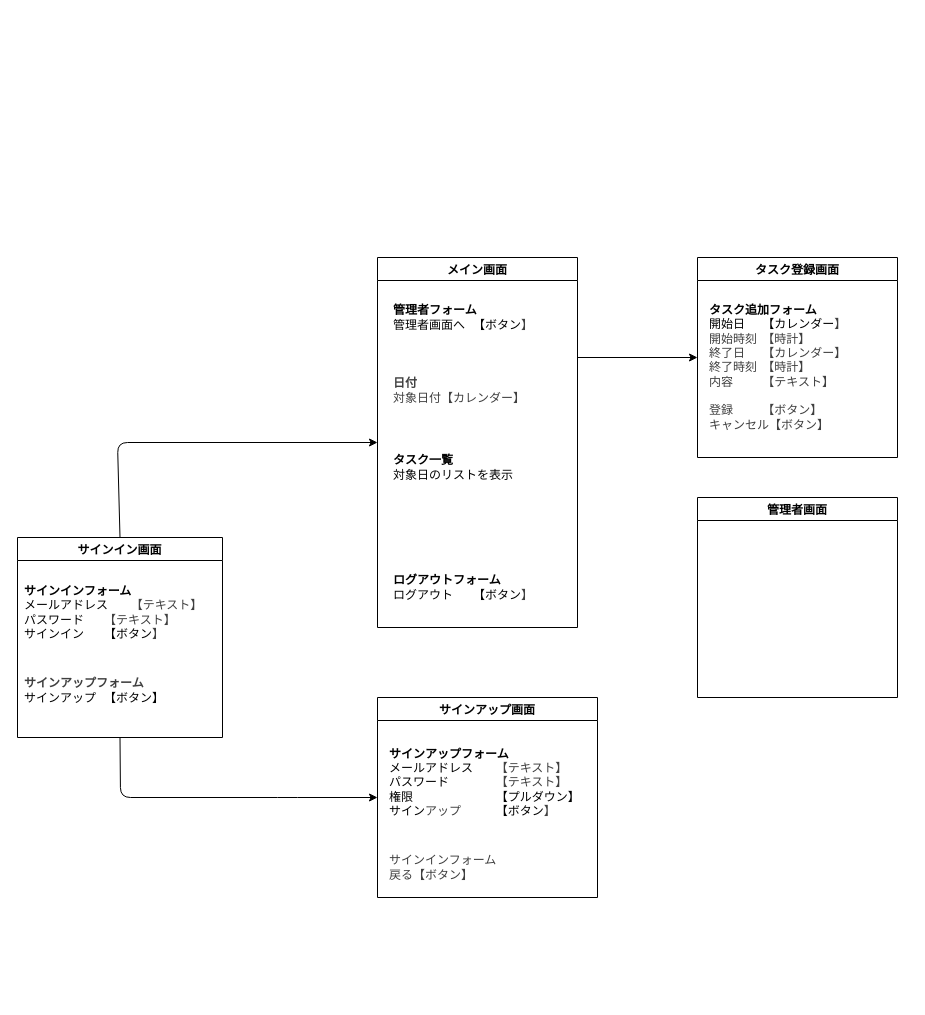
kamiya-daiki/SpringBoot4-Portfolio keeps this draw.io diagram as doc/画面遷移図.drawio. Above is the earlier version. Source tidied: cells renumbered, new cells numbered last; positions are measured from the earlier drawing's top-left corner, leaving out a move shared by most shapes. Both pictures are drawn from the tidied source at 100%, with x=0, y=0 at pixel (17, 257).
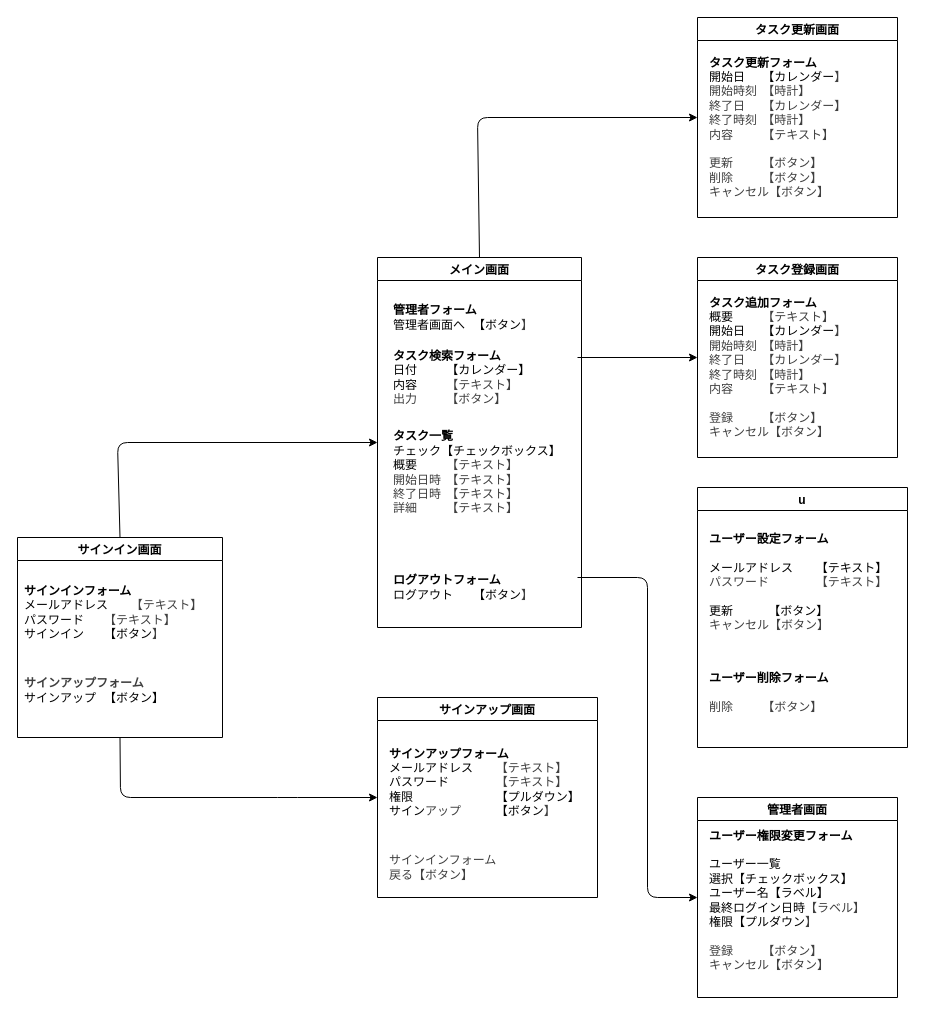
The same diagram, later.

Unchanged cells that the change refers to:
```xml
<mxCell id="16" value="タスク登録画面" style="swimlane;startSize=23;" parent="1" vertex="1">
  <mxGeometry x="680" width="200" height="200" as="geometry" />
</mxCell>
```

What changed in the source:
```diff
@@
     <mxCell id="6" value="メイン画面" style="swimlane;startSize=23;" parent="1" vertex="1">
-      <mxGeometry x="360" width="200" height="370" as="geometry" />
+      <mxGeometry x="360" width="204" height="370" as="geometry" />
     </mxCell>
@@
-    <mxCell id="9" value="&lt;div&gt;&lt;b&gt;タスク一覧&lt;/b&gt;&lt;/div&gt;&lt;div&gt;対象日のリストを表示&lt;/div&gt;" style="text;html=1;align=left;verticalAlign=middle;strokeColor=none;fillColor=none;" parent="6" vertex="1">
-      <mxGeometry x="14" y="190" width="140" height="40" as="geometry" />
+    <mxCell id="9" value="&lt;div&gt;&lt;b&gt;タスク検索フォーム&lt;/b&gt;&lt;/div&gt;&lt;div&gt;日付&lt;span style=&quot;white-space: pre;&quot;&gt;&#9;&lt;/span&gt;&lt;span style=&quot;white-space: pre;&quot;&gt;&#9;&lt;/span&gt;【カレンダー】&lt;/div&gt;&lt;div&gt;内容&lt;span style=&quot;background-color: transparent; white-space-collapse: preserve; color: rgb(63, 63, 63); scrollbar-color: rgb(226, 226, 226) rgb(251, 251, 251);&quot;&gt;&#9;&lt;/span&gt;&lt;span style=&quot;background-color: transparent; white-space-collapse: preserve; color: rgb(63, 63, 63); scrollbar-color: rgb(226, 226, 226) rgb(251, 251, 251);&quot;&gt;&#9;&lt;/span&gt;&lt;span style=&quot;background-color: transparent; color: rgb(63, 63, 63);&quot;&gt;【テキスト】&lt;/span&gt;&lt;/div&gt;&lt;div&gt;&lt;span style=&quot;background-color: transparent; color: rgb(63, 63, 63);&quot;&gt;出力&lt;span style=&quot;white-space: pre;&quot;&gt;&#9;&lt;/span&gt;&lt;span style=&quot;white-space: pre;&quot;&gt;&#9;&lt;/span&gt;【ボタン】&lt;/span&gt;&lt;/div&gt;" style="text;html=1;align=left;verticalAlign=middle;strokeColor=none;fillColor=none;" parent="6" vertex="1">
+      <mxGeometry x="14" y="85" width="160" height="70" as="geometry" />
     </mxCell>
-    <mxCell id="10" value="&lt;div style=&quot;color: rgb(63, 63, 63); scrollbar-color: rgb(226, 226, 226) rgb(251, 251, 251);&quot;&gt;&lt;b style=&quot;color: rgb(63, 63, 63); scrollbar-color: rgb(226, 226, 226) rgb(251, 251, 251);&quot;&gt;日付&lt;/b&gt;&lt;/div&gt;&lt;div style=&quot;color: rgb(63, 63, 63); scrollbar-color: rgb(226, 226, 226) rgb(251, 251, 251);&quot;&gt;対象日付【カレンダー】&lt;/div&gt;" style="text;html=1;align=left;verticalAlign=middle;strokeColor=none;fillColor=none;" parent="6" vertex="1">
-      <mxGeometry x="14" y="113" width="160" height="40" as="geometry" />
-    </mxCell>
+    <mxCell id="19" value="&lt;div&gt;&lt;b&gt;タスク一覧&lt;/b&gt;&lt;/div&gt;&lt;div&gt;チェック【チェックボックス】&lt;/div&gt;&lt;div&gt;概要&lt;span style=&quot;background-color: transparent; white-space-collapse: preserve; color: rgb(63, 63, 63); scrollbar-color: rgb(226, 226, 226) rgb(251, 251, 251);&quot;&gt;&#9;&lt;/span&gt;&lt;span style=&quot;background-color: transparent; white-space-collapse: preserve; color: rgb(63, 63, 63); scrollbar-color: rgb(226, 226, 226) rgb(251, 251, 251);&quot;&gt;&#9;&lt;/span&gt;&lt;span style=&quot;background-color: transparent; color: rgb(63, 63, 63);&quot;&gt;【テキスト】&lt;/span&gt;&lt;/div&gt;&lt;div&gt;&lt;span style=&quot;background-color: transparent; color: rgb(63, 63, 63);&quot;&gt;開始日時&lt;span style=&quot;white-space: pre;&quot;&gt;&#9;&lt;/span&gt;&lt;/span&gt;&lt;span style=&quot;color: rgb(63, 63, 63); background-color: transparent;&quot;&gt;【テキスト】&lt;/span&gt;&lt;/div&gt;&lt;div&gt;&lt;span style=&quot;scrollbar-color: rgb(226, 226, 226) rgb(251, 251, 251); background-color: transparent; color: rgb(63, 63, 63);&quot;&gt;終了日時&lt;span style=&quot;white-space: pre;&quot;&gt;&#9;&lt;/span&gt;&lt;/span&gt;&lt;span style=&quot;color: rgb(63, 63, 63); scrollbar-color: rgb(226, 226, 226) rgb(251, 251, 251); background-color: transparent;&quot;&gt;【テキスト】&lt;/span&gt;&lt;span style=&quot;color: rgb(63, 63, 63); background-color: transparent;&quot;&gt;&lt;/span&gt;&lt;/div&gt;&lt;div&gt;&lt;span style=&quot;background-color: transparent; color: rgb(63, 63, 63);&quot;&gt;詳細&lt;span style=&quot;scrollbar-color: rgb(226, 226, 226) rgb(251, 251, 251); white-space-collapse: preserve; background-color: transparent; color: rgb(63, 63, 63);&quot;&gt;&#9;&lt;/span&gt;&lt;span style=&quot;scrollbar-color: rgb(226, 226, 226) rgb(251, 251, 251); white-space-collapse: preserve; background-color: transparent; color: rgb(63, 63, 63);&quot;&gt;&#9;&lt;/span&gt;&lt;span style=&quot;scrollbar-color: rgb(226, 226, 226) rgb(251, 251, 251); background-color: transparent; color: rgb(63, 63, 63);&quot;&gt;【テキスト】&lt;/span&gt;&lt;/span&gt;&lt;/div&gt;" style="text;html=1;align=left;verticalAlign=middle;strokeColor=none;fillColor=none;" parent="6" vertex="1">
+      <mxGeometry x="14" y="165" width="190" height="100" as="geometry" />
+    </mxCell>
@@
     <mxCell id="15" value="管理者画面" style="swimlane;startSize=23;" parent="1" vertex="1">
-      <mxGeometry x="680" y="240" width="200" height="200" as="geometry" />
+      <mxGeometry x="680" y="540" width="200" height="200" as="geometry" />
     </mxCell>
+    <mxCell id="20" value="&lt;div&gt;&lt;font&gt;&lt;b&gt;ユーザー権限変更フォーム&lt;/b&gt;&lt;/font&gt;&lt;/div&gt;&lt;div&gt;&lt;b&gt;&lt;font style=&quot;&quot;&gt;&lt;br&gt;&lt;/font&gt;&lt;/b&gt;&lt;/div&gt;&lt;div&gt;&lt;font style=&quot;&quot;&gt;ユーザー一覧&lt;/font&gt;&lt;/div&gt;&lt;div&gt;&lt;font style=&quot;&quot;&gt;選択【チェックボックス】&lt;/font&gt;&lt;/div&gt;&lt;div&gt;&lt;font style=&quot;&quot;&gt;ユーザー名【ラベル】&lt;/font&gt;&lt;/div&gt;&lt;div&gt;&lt;font style=&quot;&quot;&gt;最終ログイン日時&lt;/font&gt;&lt;span style=&quot;color: rgb(63, 63, 63); background-color: transparent;&quot;&gt;【ラベル】&lt;/span&gt;&lt;/div&gt;&lt;div&gt;&lt;font style=&quot;&quot;&gt;権限【プルダウン&lt;/font&gt;&lt;span style=&quot;color: rgb(63, 63, 63); background-color: transparent;&quot;&gt;】&lt;/span&gt;&lt;/div&gt;&lt;div&gt;&lt;br&gt;&lt;/div&gt;&lt;div&gt;&lt;font&gt;&lt;span style=&quot;color: rgb(63, 63, 63); background-color: transparent;&quot;&gt;登録&lt;span style=&quot;white-space: pre;&quot;&gt;&#9;&lt;/span&gt;&lt;span style=&quot;white-space: pre;&quot;&gt;&#9;&lt;/span&gt;【ボタン】&lt;/span&gt;&lt;/font&gt;&lt;/div&gt;&lt;div&gt;&lt;font&gt;&lt;span style=&quot;color: rgb(63, 63, 63); background-color: transparent;&quot;&gt;キャンセル&lt;span style=&quot;color: rgb(63, 63, 63);&quot;&gt;【ボタン】&lt;/span&gt;&lt;/span&gt;&lt;/font&gt;&lt;/div&gt;" style="text;html=1;align=left;verticalAlign=middle;strokeColor=none;fillColor=none;" parent="15" vertex="1">
+      <mxGeometry x="10" y="23" width="180" height="160" as="geometry" />
+    </mxCell>
@@
-    <mxCell id="17" value="&lt;div&gt;&lt;font&gt;&lt;b&gt;タスク追加フォーム&lt;/b&gt;&lt;/font&gt;&lt;/div&gt;&lt;div&gt;&lt;font&gt;開始日&lt;span style=&quot;white-space: pre;&quot;&gt;&#9;&lt;/span&gt;【カレンダー&lt;span style=&quot;color: rgb(63, 63, 63); background-color: transparent;&quot;&gt;】&lt;/span&gt;&lt;/font&gt;&lt;/div&gt;&lt;div&gt;&lt;font&gt;&lt;span style=&quot;color: rgb(63, 63, 63); background-color: transparent;&quot;&gt;&lt;span style=&quot;color: rgb(63, 63, 63);&quot;&gt;開始時刻&lt;span style=&quot;white-space: pre;&quot;&gt;&#9;&lt;/span&gt;【時計】&lt;/span&gt;&lt;/span&gt;&lt;/font&gt;&lt;/div&gt;&lt;div&gt;&lt;font&gt;&lt;span style=&quot;color: rgb(63, 63, 63); background-color: transparent;&quot;&gt;&lt;div style=&quot;color: rgb(63, 63, 63); scrollbar-color: rgb(226, 226, 226) rgb(251, 251, 251);&quot;&gt;&lt;font style=&quot;color: rgb(63, 63, 63); scrollbar-color: rgb(226, 226, 226) rgb(251, 251, 251);&quot;&gt;終了日&lt;span style=&quot;color: rgb(63, 63, 63); scrollbar-color: rgb(226, 226, 226) rgb(251, 251, 251); white-space-collapse: preserve;&quot;&gt;&#9;&lt;/span&gt;【カレンダー&lt;span style=&quot;scrollbar-color: rgb(226, 226, 226) rgb(251, 251, 251); background-color: transparent; color: rgb(63, 63, 63);&quot;&gt;】&lt;/span&gt;&lt;/font&gt;&lt;/div&gt;&lt;div style=&quot;color: rgb(63, 63, 63); scrollbar-color: rgb(226, 226, 226) rgb(251, 251, 251);&quot;&gt;&lt;font style=&quot;color: rgb(63, 63, 63); scrollbar-color: rgb(226, 226, 226) rgb(251, 251, 251);&quot;&gt;&lt;span style=&quot;scrollbar-color: rgb(226, 226, 226) rgb(251, 251, 251); background-color: transparent; color: rgb(63, 63, 63);&quot;&gt;&lt;span style=&quot;color: rgb(63, 63, 63); scrollbar-color: rgb(226, 226, 226) rgb(251, 251, 251);&quot;&gt;&lt;span style=&quot;color: rgb(63, 63, 63); background-color: transparent;&quot;&gt;終了&lt;/span&gt;時刻&lt;span style=&quot;color: rgb(63, 63, 63); scrollbar-color: rgb(226, 226, 226) rgb(251, 251, 251); white-space-collapse: preserve;&quot;&gt;&#9;&lt;/span&gt;【時計】&lt;/span&gt;&lt;/span&gt;&lt;/font&gt;&lt;/div&gt;&lt;div style=&quot;color: rgb(63, 63, 63); scrollbar-color: rgb(226, 226, 226) rgb(251, 251, 251);&quot;&gt;&lt;font style=&quot;color: rgb(63, 63, 63); scrollbar-color: rgb(226, 226, 226) rgb(251, 251, 251);&quot;&gt;&lt;span style=&quot;scrollbar-color: rgb(226, 226, 226) rgb(251, 251, 251); background-color: transparent; color: rgb(63, 63, 63);&quot;&gt;&lt;span style=&quot;color: rgb(63, 63, 63); scrollbar-color: rgb(226, 226, 226) rgb(251, 251, 251);&quot;&gt;内容&lt;span style=&quot;white-space: pre;&quot;&gt;&#9;&lt;/span&gt;&lt;span style=&quot;white-space: pre;&quot;&gt;&#9;&lt;/span&gt;【テキスト】&lt;/span&gt;&lt;/span&gt;&lt;/font&gt;&lt;/div&gt;&lt;/span&gt;&lt;/font&gt;&lt;/div&gt;&lt;div&gt;&lt;font&gt;&lt;span style=&quot;color: rgb(63, 63, 63); background-color: transparent;&quot;&gt;&lt;br&gt;&lt;/span&gt;&lt;/font&gt;&lt;/div&gt;&lt;div&gt;&lt;font&gt;&lt;span style=&quot;color: rgb(63, 63, 63); background-color: transparent;&quot;&gt;登録&lt;span style=&quot;white-space: pre;&quot;&gt;&#9;&lt;/span&gt;&lt;span style=&quot;white-space: pre;&quot;&gt;&#9;&lt;/span&gt;【ボタン】&lt;/span&gt;&lt;/font&gt;&lt;/div&gt;&lt;div&gt;&lt;font&gt;&lt;span style=&quot;color: rgb(63, 63, 63); background-color: transparent;&quot;&gt;キャンセル&lt;span style=&quot;color: rgb(63, 63, 63);&quot;&gt;【ボタン】&lt;/span&gt;&lt;/span&gt;&lt;/font&gt;&lt;/div&gt;" style="text;html=1;align=left;verticalAlign=middle;strokeColor=none;fillColor=none;" parent="16" vertex="1">
-      <mxGeometry x="10" y="40" width="160" height="140" as="geometry" />
+    <mxCell id="17" value="&lt;div&gt;&lt;font&gt;&lt;b&gt;タスク追加フォーム&lt;/b&gt;&lt;/font&gt;&lt;/div&gt;&lt;div&gt;&lt;font&gt;概要&lt;span style=&quot;white-space: pre;&quot;&gt;&#9;&lt;/span&gt;&lt;span style=&quot;white-space: pre;&quot;&gt;&#9;&lt;/span&gt;&lt;/font&gt;&lt;span style=&quot;color: rgb(63, 63, 63); background-color: transparent;&quot;&gt;【テキスト】&lt;/span&gt;&lt;/div&gt;&lt;div&gt;&lt;font&gt;開始日&lt;span style=&quot;white-space: pre;&quot;&gt;&#9;&lt;/span&gt;【カレンダー&lt;span style=&quot;color: rgb(63, 63, 63); background-color: transparent;&quot;&gt;】&lt;/span&gt;&lt;/font&gt;&lt;/div&gt;&lt;div&gt;&lt;font&gt;&lt;span style=&quot;color: rgb(63, 63, 63); background-color: transparent;&quot;&gt;&lt;span style=&quot;color: rgb(63, 63, 63);&quot;&gt;開始時刻&lt;span style=&quot;white-space: pre;&quot;&gt;&#9;&lt;/span&gt;【時計】&lt;/span&gt;&lt;/span&gt;&lt;/font&gt;&lt;/div&gt;&lt;div&gt;&lt;font&gt;&lt;span style=&quot;color: rgb(63, 63, 63); background-color: transparent;&quot;&gt;&lt;div style=&quot;color: rgb(63, 63, 63); scrollbar-color: rgb(226, 226, 226) rgb(251, 251, 251);&quot;&gt;&lt;font style=&quot;color: rgb(63, 63, 63); scrollbar-color: rgb(226, 226, 226) rgb(251, 251, 251);&quot;&gt;終了日&lt;span style=&quot;color: rgb(63, 63, 63); scrollbar-color: rgb(226, 226, 226) rgb(251, 251, 251); white-space-collapse: preserve;&quot;&gt;&#9;&lt;/span&gt;【カレンダー&lt;span style=&quot;scrollbar-color: rgb(226, 226, 226) rgb(251, 251, 251); background-color: transparent; color: rgb(63, 63, 63);&quot;&gt;】&lt;/span&gt;&lt;/font&gt;&lt;/div&gt;&lt;div style=&quot;color: rgb(63, 63, 63); scrollbar-color: rgb(226, 226, 226) rgb(251, 251, 251);&quot;&gt;&lt;font style=&quot;color: rgb(63, 63, 63); scrollbar-color: rgb(226, 226, 226) rgb(251, 251, 251);&quot;&gt;&lt;span style=&quot;scrollbar-color: rgb(226, 226, 226) rgb(251, 251, 251); background-color: transparent; color: rgb(63, 63, 63);&quot;&gt;&lt;span style=&quot;color: rgb(63, 63, 63); scrollbar-color: rgb(226, 226, 226) rgb(251, 251, 251);&quot;&gt;&lt;span style=&quot;color: rgb(63, 63, 63); background-color: transparent;&quot;&gt;終了&lt;/span&gt;時刻&lt;span style=&quot;color: rgb(63, 63, 63); scrollbar-color: rgb(226, 226, 226) rgb(251, 251, 251); white-space-collapse: preserve;&quot;&gt;&#9;&lt;/span&gt;【時計】&lt;/span&gt;&lt;/span&gt;&lt;/font&gt;&lt;/div&gt;&lt;div style=&quot;color: rgb(63, 63, 63); scrollbar-color: rgb(226, 226, 226) rgb(251, 251, 251);&quot;&gt;&lt;font style=&quot;color: rgb(63, 63, 63); scrollbar-color: rgb(226, 226, 226) rgb(251, 251, 251);&quot;&gt;&lt;span style=&quot;scrollbar-color: rgb(226, 226, 226) rgb(251, 251, 251); background-color: transparent; color: rgb(63, 63, 63);&quot;&gt;&lt;span style=&quot;color: rgb(63, 63, 63); scrollbar-color: rgb(226, 226, 226) rgb(251, 251, 251);&quot;&gt;内容&lt;span style=&quot;white-space: pre;&quot;&gt;&#9;&lt;/span&gt;&lt;span style=&quot;white-space: pre;&quot;&gt;&#9;&lt;/span&gt;【テキスト】&lt;/span&gt;&lt;/span&gt;&lt;/font&gt;&lt;/div&gt;&lt;/span&gt;&lt;/font&gt;&lt;/div&gt;&lt;div&gt;&lt;font&gt;&lt;span style=&quot;color: rgb(63, 63, 63); background-color: transparent;&quot;&gt;&lt;br&gt;&lt;/span&gt;&lt;/font&gt;&lt;/div&gt;&lt;div&gt;&lt;font&gt;&lt;span style=&quot;color: rgb(63, 63, 63); background-color: transparent;&quot;&gt;登録&lt;span style=&quot;white-space: pre;&quot;&gt;&#9;&lt;/span&gt;&lt;span style=&quot;white-space: pre;&quot;&gt;&#9;&lt;/span&gt;【ボタン】&lt;/span&gt;&lt;/font&gt;&lt;/div&gt;&lt;div&gt;&lt;font&gt;&lt;span style=&quot;color: rgb(63, 63, 63); background-color: transparent;&quot;&gt;キャンセル&lt;span style=&quot;color: rgb(63, 63, 63);&quot;&gt;【ボタン】&lt;span style=&quot;white-space: pre;&quot;&gt;&#9;&lt;/span&gt;&lt;span style=&quot;white-space: pre;&quot;&gt;&#9;&lt;/span&gt;&lt;/span&gt;&lt;/span&gt;&lt;/font&gt;&lt;/div&gt;" style="text;html=1;align=left;verticalAlign=middle;strokeColor=none;fillColor=none;" parent="16" vertex="1">
+      <mxGeometry x="10" y="30" width="180" height="160" as="geometry" />
     </mxCell>
@@
+    <mxCell id="21" style="edgeStyle=none;html=1;entryX=0;entryY=0.5;entryDx=0;entryDy=0;" parent="1" edge="1" target="15">
+      <mxGeometry relative="1" as="geometry">
+        <mxPoint x="560" y="320" as="sourcePoint" />
+        <Array as="points">
+          <mxPoint x="630" y="320" />
+          <mxPoint x="630" y="640" />
+        </Array>
+      </mxGeometry>
+    </mxCell>
+    <mxCell id="22" value="タスク更新画面" style="swimlane;startSize=23;" parent="1" vertex="1">
+      <mxGeometry x="680" y="-240" width="200" height="200" as="geometry" />
+    </mxCell>
+    <mxCell id="23" value="&lt;div&gt;&lt;font&gt;&lt;b&gt;タスク更新フォーム&lt;/b&gt;&lt;/font&gt;&lt;/div&gt;&lt;div&gt;&lt;font&gt;開始日&lt;span style=&quot;white-space: pre;&quot;&gt;&#9;&lt;/span&gt;【カレンダー&lt;span style=&quot;color: rgb(63, 63, 63); background-color: transparent;&quot;&gt;】&lt;/span&gt;&lt;/font&gt;&lt;/div&gt;&lt;div&gt;&lt;font&gt;&lt;span style=&quot;color: rgb(63, 63, 63); background-color: transparent;&quot;&gt;&lt;span style=&quot;color: rgb(63, 63, 63);&quot;&gt;開始時刻&lt;span style=&quot;white-space: pre;&quot;&gt;&#9;&lt;/span&gt;【時計】&lt;/span&gt;&lt;/span&gt;&lt;/font&gt;&lt;/div&gt;&lt;div&gt;&lt;font&gt;&lt;span style=&quot;color: rgb(63, 63, 63); background-color: transparent;&quot;&gt;&lt;div style=&quot;color: rgb(63, 63, 63); scrollbar-color: rgb(226, 226, 226) rgb(251, 251, 251);&quot;&gt;&lt;font style=&quot;color: rgb(63, 63, 63); scrollbar-color: rgb(226, 226, 226) rgb(251, 251, 251);&quot;&gt;終了日&lt;span style=&quot;color: rgb(63, 63, 63); scrollbar-color: rgb(226, 226, 226) rgb(251, 251, 251); white-space-collapse: preserve;&quot;&gt;&#9;&lt;/span&gt;【カレンダー&lt;span style=&quot;scrollbar-color: rgb(226, 226, 226) rgb(251, 251, 251); background-color: transparent; color: rgb(63, 63, 63);&quot;&gt;】&lt;/span&gt;&lt;/font&gt;&lt;/div&gt;&lt;div style=&quot;color: rgb(63, 63, 63); scrollbar-color: rgb(226, 226, 226) rgb(251, 251, 251);&quot;&gt;&lt;font style=&quot;color: rgb(63, 63, 63); scrollbar-color: rgb(226, 226, 226) rgb(251, 251, 251);&quot;&gt;&lt;span style=&quot;scrollbar-color: rgb(226, 226, 226) rgb(251, 251, 251); background-color: transparent; color: rgb(63, 63, 63);&quot;&gt;&lt;span style=&quot;color: rgb(63, 63, 63); scrollbar-color: rgb(226, 226, 226) rgb(251, 251, 251);&quot;&gt;&lt;span style=&quot;color: rgb(63, 63, 63); background-color: transparent;&quot;&gt;終了&lt;/span&gt;時刻&lt;span style=&quot;color: rgb(63, 63, 63); scrollbar-color: rgb(226, 226, 226) rgb(251, 251, 251); white-space-collapse: preserve;&quot;&gt;&#9;&lt;/span&gt;【時計】&lt;/span&gt;&lt;/span&gt;&lt;/font&gt;&lt;/div&gt;&lt;div style=&quot;color: rgb(63, 63, 63); scrollbar-color: rgb(226, 226, 226) rgb(251, 251, 251);&quot;&gt;&lt;font style=&quot;color: rgb(63, 63, 63); scrollbar-color: rgb(226, 226, 226) rgb(251, 251, 251);&quot;&gt;&lt;span style=&quot;scrollbar-color: rgb(226, 226, 226) rgb(251, 251, 251); background-color: transparent; color: rgb(63, 63, 63);&quot;&gt;&lt;span style=&quot;color: rgb(63, 63, 63); scrollbar-color: rgb(226, 226, 226) rgb(251, 251, 251);&quot;&gt;内容&lt;span style=&quot;white-space: pre;&quot;&gt;&#9;&lt;/span&gt;&lt;span style=&quot;white-space: pre;&quot;&gt;&#9;&lt;/span&gt;【テキスト】&lt;/span&gt;&lt;/span&gt;&lt;/font&gt;&lt;/div&gt;&lt;/span&gt;&lt;/font&gt;&lt;/div&gt;&lt;div&gt;&lt;font&gt;&lt;span style=&quot;color: rgb(63, 63, 63); background-color: transparent;&quot;&gt;&lt;br&gt;&lt;/span&gt;&lt;/font&gt;&lt;/div&gt;&lt;div&gt;&lt;font&gt;&lt;span style=&quot;color: rgb(63, 63, 63); background-color: transparent;&quot;&gt;更新&lt;span style=&quot;white-space: pre;&quot;&gt;&#9;&lt;/span&gt;&lt;span style=&quot;white-space: pre;&quot;&gt;&#9;&lt;/span&gt;【ボタン】&lt;/span&gt;&lt;/font&gt;&lt;/div&gt;&lt;div&gt;&lt;font&gt;&lt;span style=&quot;color: rgb(63, 63, 63); background-color: transparent;&quot;&gt;&lt;span style=&quot;color: rgb(63, 63, 63);&quot;&gt;削除&lt;span style=&quot;white-space: pre;&quot;&gt;&#9;&lt;/span&gt;&lt;span style=&quot;white-space: pre;&quot;&gt;&#9;&lt;/span&gt;&lt;/span&gt;&lt;span style=&quot;color: rgb(63, 63, 63);&quot;&gt;【ボタン】&lt;/span&gt;&lt;/span&gt;&lt;/font&gt;&lt;/div&gt;&lt;div&gt;&lt;font&gt;&lt;span style=&quot;color: rgb(63, 63, 63); background-color: transparent;&quot;&gt;キャンセル&lt;span style=&quot;color: rgb(63, 63, 63);&quot;&gt;【ボタン】&lt;/span&gt;&lt;/span&gt;&lt;/font&gt;&lt;/div&gt;" style="text;html=1;align=left;verticalAlign=middle;strokeColor=none;fillColor=none;" parent="22" vertex="1">
+      <mxGeometry x="10" y="30" width="160" height="160" as="geometry" />
+    </mxCell>
+    <mxCell id="24" style="edgeStyle=none;html=1;exitX=0.5;exitY=0;exitDx=0;exitDy=0;" parent="1" edge="1" source="6">
+      <mxGeometry relative="1" as="geometry">
+        <mxPoint x="680" y="-140" as="targetPoint" />
+        <Array as="points">
+          <mxPoint x="460" y="-140" />
+        </Array>
+      </mxGeometry>
+    </mxCell>
+    <mxCell id="25" value="u" style="swimlane;startSize=23;" parent="1" vertex="1">
+      <mxGeometry x="680" y="230" width="210" height="260" as="geometry" />
+    </mxCell>
+    <mxCell id="26" value="&lt;div&gt;&lt;font&gt;&lt;b&gt;ユーザー設定フォーム&lt;/b&gt;&lt;/font&gt;&lt;/div&gt;&lt;div&gt;&lt;b&gt;&lt;font style=&quot;&quot;&gt;&lt;br&gt;&lt;/font&gt;&lt;/b&gt;&lt;/div&gt;&lt;div&gt;メールアドレス&lt;span style=&quot;white-space: pre;&quot;&gt;&#9;&lt;/span&gt;【テキスト】&lt;/div&gt;&lt;div&gt;&lt;span style=&quot;color: rgb(63, 63, 63);&quot;&gt;パスワード&lt;span style=&quot;white-space: pre;&quot;&gt;&#9;&lt;/span&gt;&lt;/span&gt;&lt;span style=&quot;color: rgb(63, 63, 63); scrollbar-color: rgb(226, 226, 226) rgb(251, 251, 251); white-space-collapse: preserve;&quot;&gt;&#9;&lt;/span&gt;&lt;span style=&quot;color: rgb(63, 63, 63);&quot;&gt;【テキスト】&lt;/span&gt;&lt;/div&gt;&lt;div&gt;&lt;b&gt;&lt;font style=&quot;&quot;&gt;&lt;br&gt;&lt;/font&gt;&lt;/b&gt;&lt;/div&gt;&lt;div&gt;&lt;span style=&quot;background-color: transparent;&quot;&gt;更新&lt;/span&gt;&lt;span style=&quot;background-color: transparent; white-space-collapse: preserve;&quot;&gt;&#9;&lt;/span&gt;&lt;span style=&quot;background-color: transparent; white-space-collapse: preserve;&quot;&gt;&#9;&lt;/span&gt;　&lt;span style=&quot;background-color: transparent;&quot;&gt;【ボタン】&lt;/span&gt;&lt;/div&gt;&lt;div&gt;&lt;font&gt;&lt;span style=&quot;color: rgb(63, 63, 63); background-color: transparent;&quot;&gt;キャンセル&lt;span style=&quot;color: rgb(63, 63, 63);&quot;&gt;【ボタン】&lt;/span&gt;&lt;/span&gt;&lt;/font&gt;&lt;/div&gt;" style="text;html=1;align=left;verticalAlign=middle;strokeColor=none;fillColor=none;" parent="25" vertex="1">
+      <mxGeometry x="10" y="40" width="200" height="110" as="geometry" />
+    </mxCell>
+    <mxCell id="27" value="&lt;div&gt;&lt;font&gt;&lt;b&gt;ユーザー削除フォーム&lt;/b&gt;&lt;/font&gt;&lt;/div&gt;&lt;div&gt;&lt;b&gt;&lt;font style=&quot;&quot;&gt;&lt;br&gt;&lt;/font&gt;&lt;/b&gt;&lt;/div&gt;&lt;div&gt;&lt;span style=&quot;color: rgb(63, 63, 63); background-color: transparent;&quot;&gt;削除&lt;/span&gt;&lt;span style=&quot;color: rgb(63, 63, 63); background-color: transparent; white-space-collapse: preserve;&quot;&gt;&#9;&lt;/span&gt;&lt;span style=&quot;color: rgb(63, 63, 63); background-color: transparent; white-space-collapse: preserve;&quot;&gt;&#9;&lt;/span&gt;&lt;span style=&quot;color: rgb(63, 63, 63); background-color: transparent;&quot;&gt;【ボタン】&lt;/span&gt;&lt;/div&gt;" style="text;html=1;align=left;verticalAlign=middle;strokeColor=none;fillColor=none;" parent="25" vertex="1">
+      <mxGeometry x="10" y="175" width="140" height="60" as="geometry" />
+    </mxCell>
```
